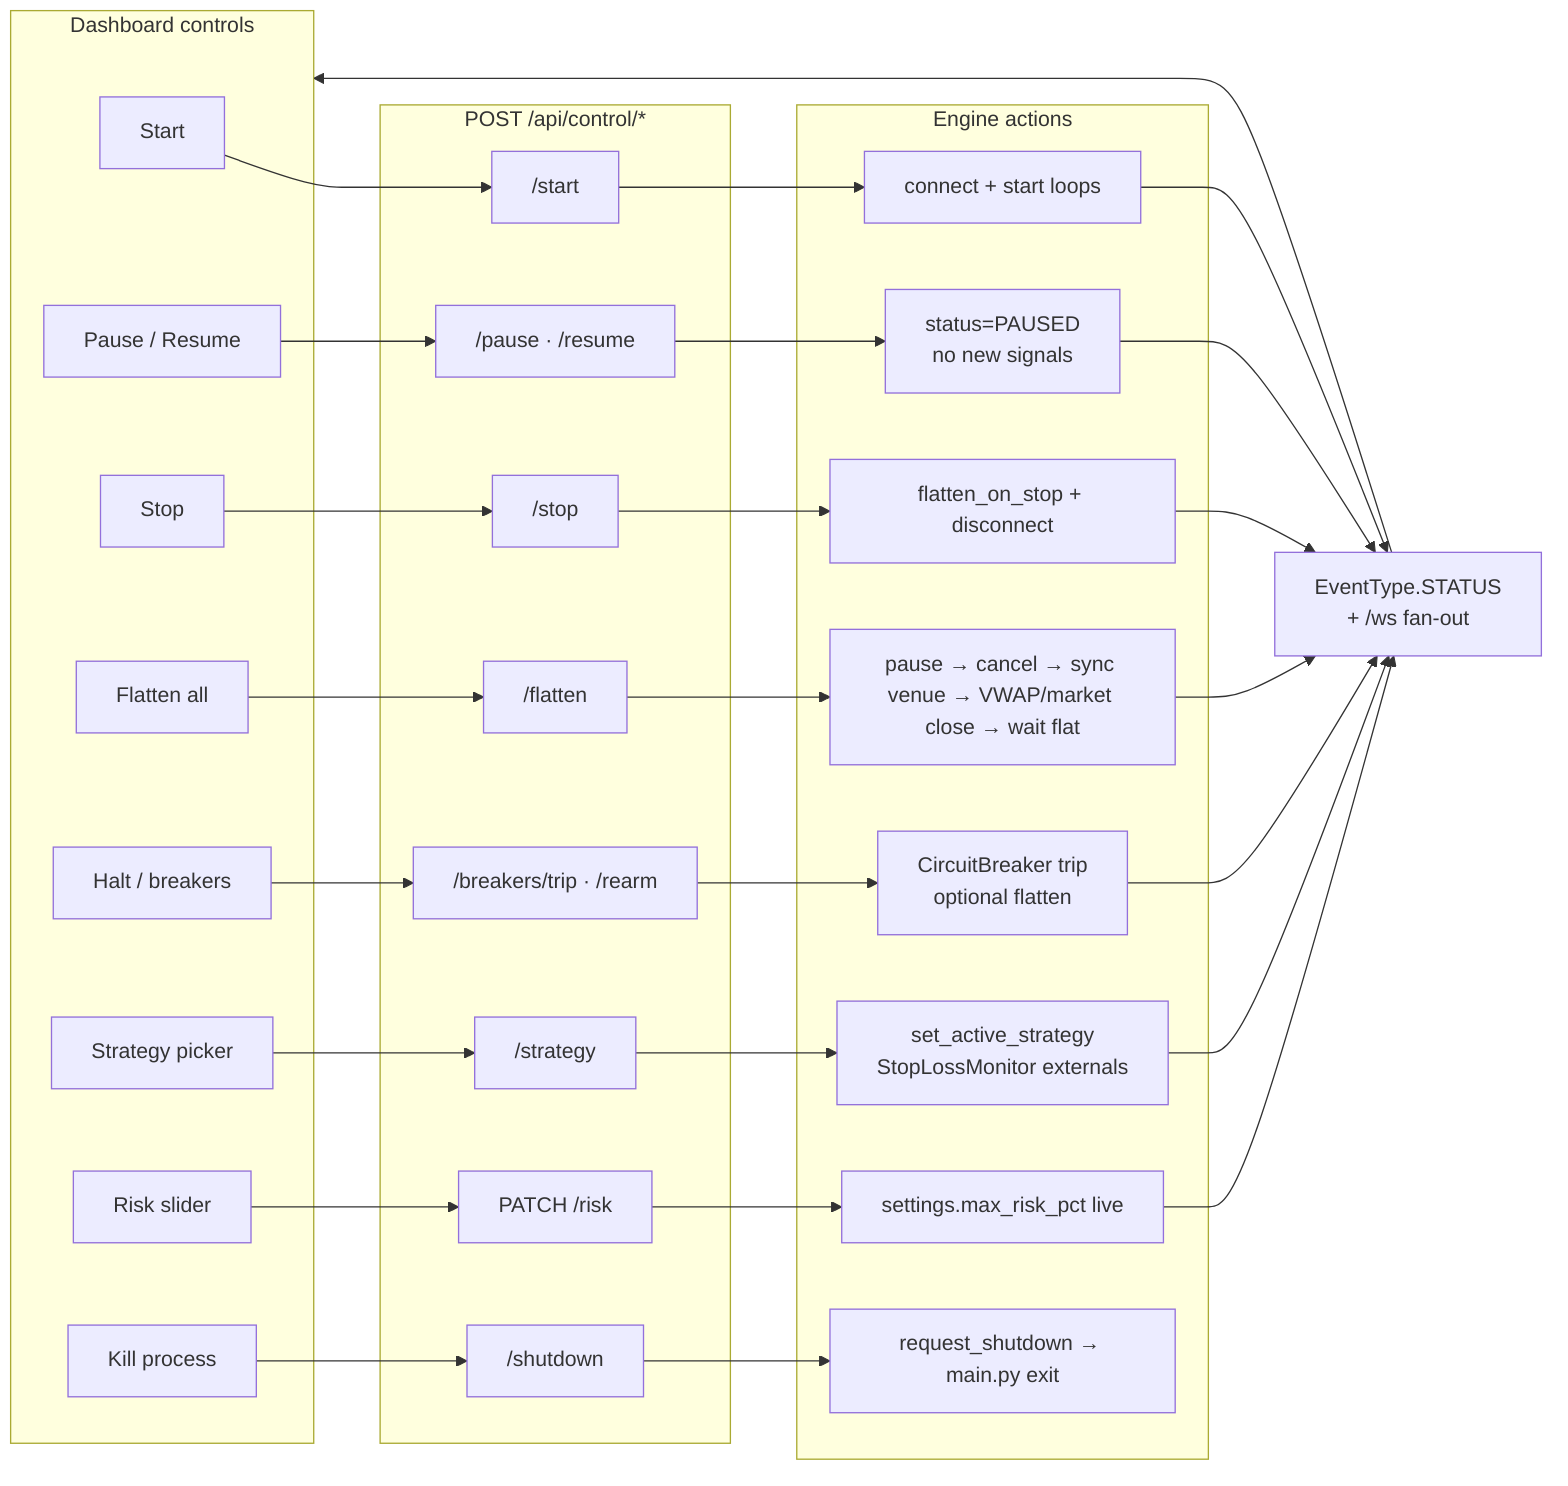
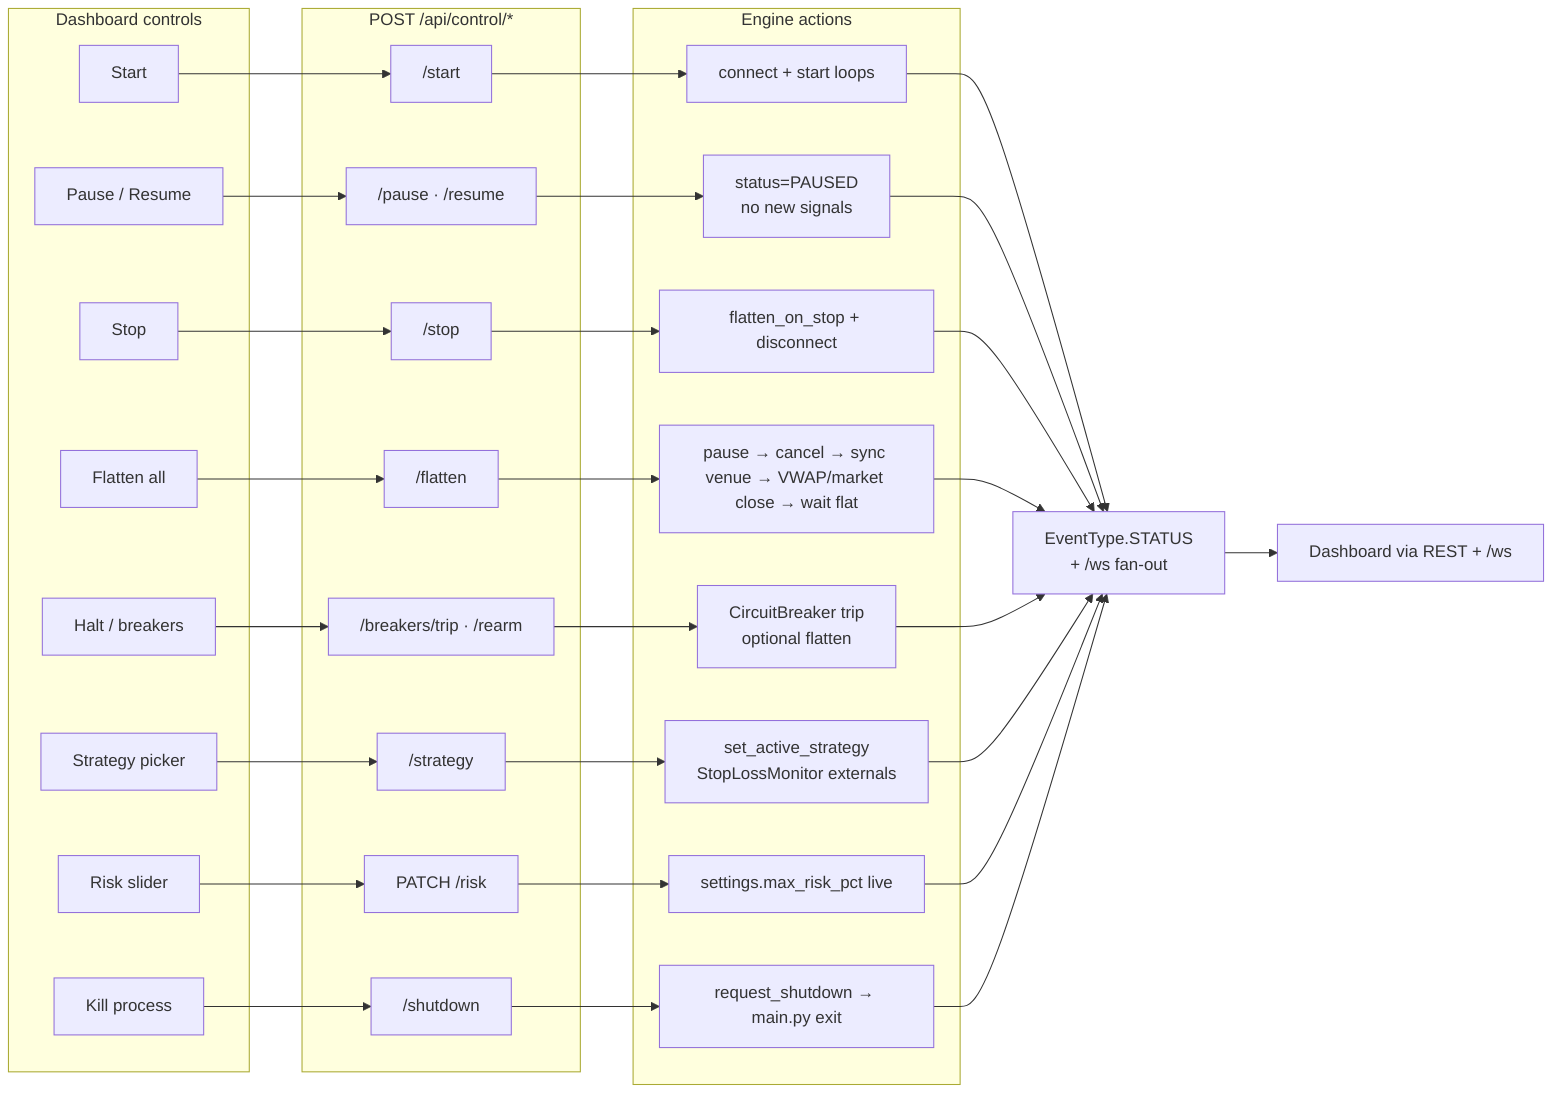
%% Operator control plane — UI actions → REST → engine
flowchart LR
    subgraph UI["Dashboard controls"]
        START["Start"]
        PAUSE["Pause / Resume"]
        STOP["Stop"]
        FLAT["Flatten all"]
        HALT["Halt / breakers"]
        STRAT["Strategy picker"]
        RISK["Risk slider"]
        KILL["Kill process"]
    end

    subgraph API["POST /api/control/*"]
        A1["/start"]
        A2["/pause · /resume"]
        A3["/stop"]
        A4["/flatten"]
        A5["/breakers/trip · /rearm"]
        A6["/strategy"]
        A7["PATCH /risk"]
        A8["/shutdown"]
    end

    subgraph Engine["Engine actions"]
        E1["connect + start loops"]
        E2["status=PAUSED<br/>no new signals"]
        E3["flatten_on_stop + disconnect"]
        E4["pause → cancel → sync venue → VWAP/market close → wait flat"]
        E5["CircuitBreaker trip<br/>optional flatten"]
        E6["set_active_strategy<br/>StopLossMonitor externals"]
        E7["settings.max_risk_pct live"]
        E8["request_shutdown → main.py exit"]
    end

    START --> A1 --> E1
    PAUSE --> A2 --> E2
    STOP --> A3 --> E3
    FLAT --> A4 --> E4
    HALT --> A5 --> E5
    STRAT --> A6 --> E6
    RISK --> A7 --> E7
    KILL --> A8 --> E8

-     E1 & E2 & E3 & E4 & E5 & E6 & E7 --> STATUS["EventType.STATUS<br/>+ /ws fan-out"]
+     STATUS["EventType.STATUS<br/>+ /ws fan-out"]

-     STATUS --> UI
+     E1 --> STATUS
+     E2 --> STATUS
+     E3 --> STATUS
+     E4 --> STATUS
+     E5 --> STATUS
+     E6 --> STATUS
+     E7 --> STATUS
+     E8 --> STATUS
+ 
+     DASH["Dashboard via REST + /ws"]
+     STATUS --> DASH
